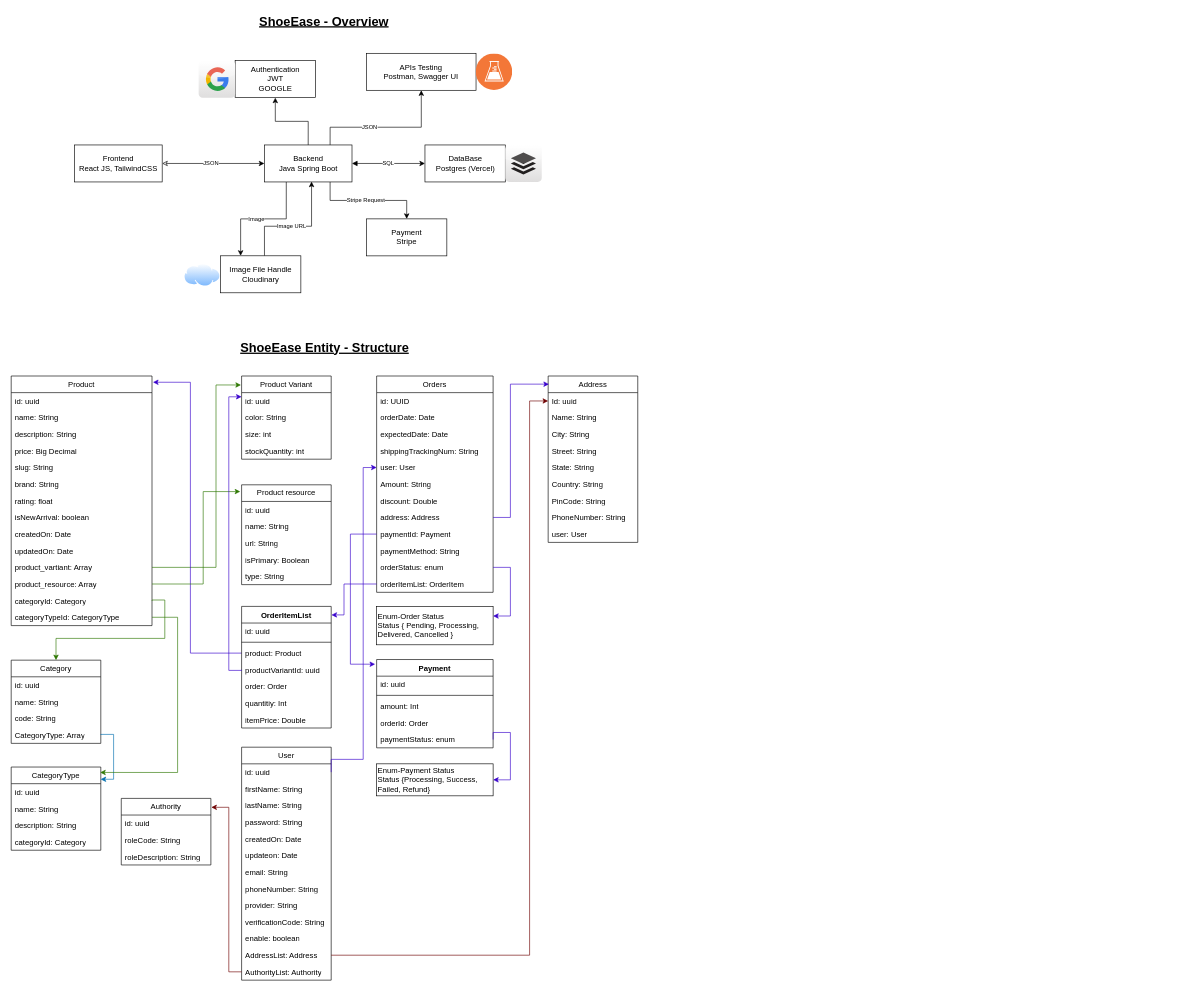
Above: ShopEase.drawio in Nikhil-keshri2213/DSA_Practice_Skills (draw.io), before the change. Source tidied: cells renumbered, new cells numbered last; positions are measured from the earlier drawing's top-left corner, leaving out a move shared by most shapes. Both pictures are drawn from the tidied source at 64%, with x=0, y=0 at pixel (11, 11).
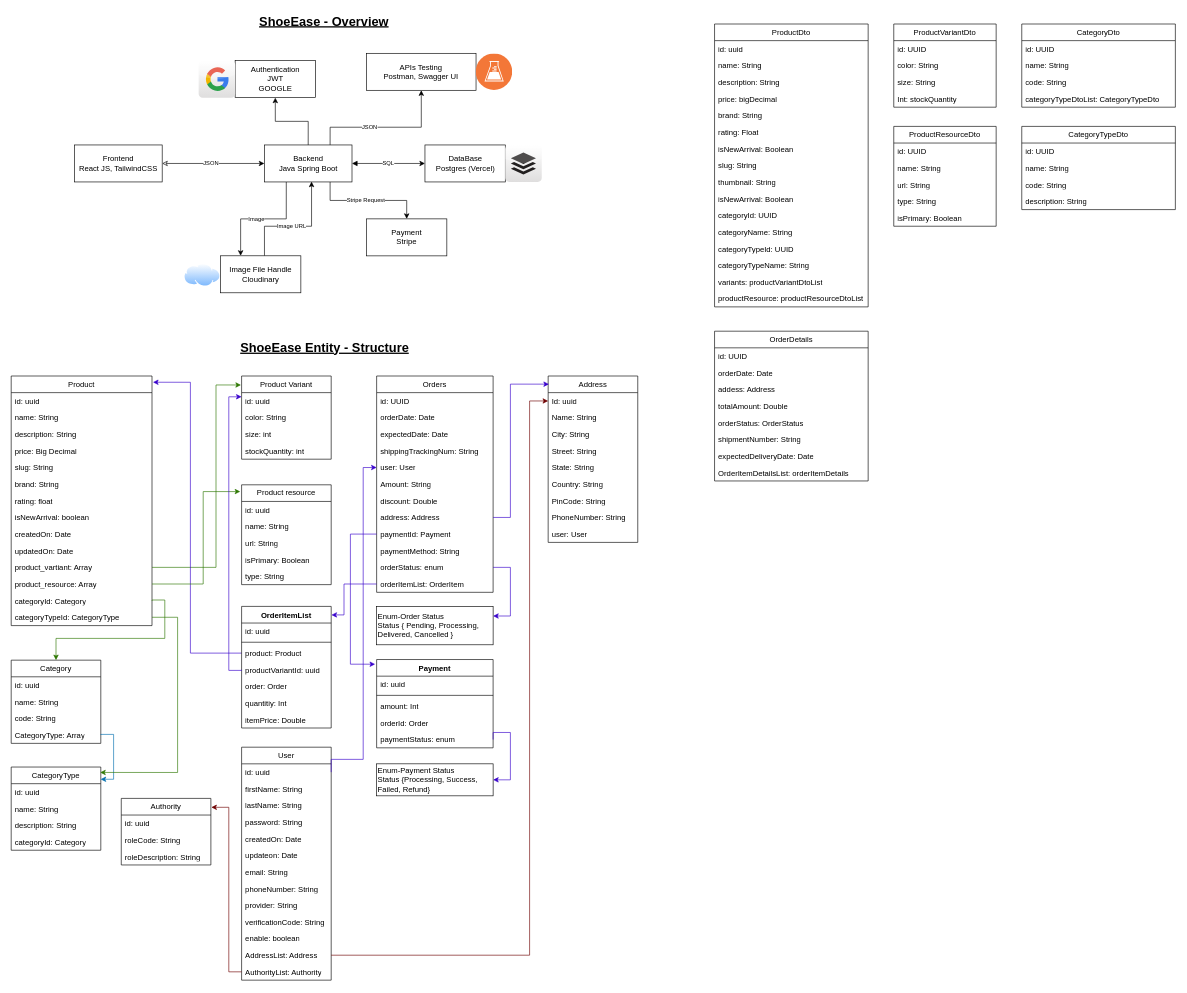
The same diagram, later.

What changed in the source:
```diff
@@
+    <mxCell id="138" value="ProductDto" style="swimlane;fontStyle=0;horizontal=1;startSize=26;fillColor=none;whiteSpace=wrap;html=1;" parent="1" vertex="1">
+      <mxGeometry x="1099" y="20" width="240" height="442" as="geometry" />
+    </mxCell>
+    <mxCell id="139" value="id: uuid" style="text;strokeColor=none;fillColor=none;align=left;verticalAlign=top;spacingLeft=4;spacingRight=4;overflow=hidden;whiteSpace=wrap;html=1;" parent="138" vertex="1">
+      <mxGeometry y="26" width="240" height="26" as="geometry" />
+    </mxCell>
+    <mxCell id="140" value="name: String" style="text;strokeColor=none;fillColor=none;align=left;verticalAlign=top;spacingLeft=4;spacingRight=4;overflow=hidden;whiteSpace=wrap;html=1;" parent="138" vertex="1">
+      <mxGeometry y="52" width="240" height="26" as="geometry" />
+    </mxCell>
+    <mxCell id="141" value="description: String" style="text;strokeColor=none;fillColor=none;align=left;verticalAlign=top;spacingLeft=4;spacingRight=4;overflow=hidden;whiteSpace=wrap;html=1;" parent="138" vertex="1">
+      <mxGeometry y="78" width="240" height="26" as="geometry" />
+    </mxCell>
+    <mxCell id="142" value="price: bigDecimal" style="text;strokeColor=none;fillColor=none;align=left;verticalAlign=top;spacingLeft=4;spacingRight=4;overflow=hidden;whiteSpace=wrap;html=1;" parent="138" vertex="1">
+      <mxGeometry y="104" width="240" height="26" as="geometry" />
+    </mxCell>
+    <mxCell id="143" value="brand: String" style="text;strokeColor=none;fillColor=none;align=left;verticalAlign=top;spacingLeft=4;spacingRight=4;overflow=hidden;whiteSpace=wrap;html=1;" parent="138" vertex="1">
+      <mxGeometry y="130" width="240" height="26" as="geometry" />
+    </mxCell>
+    <mxCell id="144" value="rating: Float" style="text;strokeColor=none;fillColor=none;align=left;verticalAlign=top;spacingLeft=4;spacingRight=4;overflow=hidden;whiteSpace=wrap;html=1;" parent="138" vertex="1">
+      <mxGeometry y="156" width="240" height="26" as="geometry" />
+    </mxCell>
+    <mxCell id="145" value="isNewArrival: Boolean" style="text;strokeColor=none;fillColor=none;align=left;verticalAlign=top;spacingLeft=4;spacingRight=4;overflow=hidden;whiteSpace=wrap;html=1;" parent="138" vertex="1">
+      <mxGeometry y="182" width="240" height="26" as="geometry" />
+    </mxCell>
+    <mxCell id="146" value="slug: String" style="text;strokeColor=none;fillColor=none;align=left;verticalAlign=top;spacingLeft=4;spacingRight=4;overflow=hidden;whiteSpace=wrap;html=1;" parent="138" vertex="1">
+      <mxGeometry y="208" width="240" height="26" as="geometry" />
+    </mxCell>
+    <mxCell id="147" value="thumbnail: String" style="text;strokeColor=none;fillColor=none;align=left;verticalAlign=top;spacingLeft=4;spacingRight=4;overflow=hidden;whiteSpace=wrap;html=1;" parent="138" vertex="1">
+      <mxGeometry y="234" width="240" height="26" as="geometry" />
+    </mxCell>
+    <mxCell id="148" value="isNewArrival: Boolean" style="text;strokeColor=none;fillColor=none;align=left;verticalAlign=top;spacingLeft=4;spacingRight=4;overflow=hidden;whiteSpace=wrap;html=1;" parent="138" vertex="1">
+      <mxGeometry y="260" width="240" height="26" as="geometry" />
+    </mxCell>
+    <mxCell id="149" value="categoryId: UUID" style="text;strokeColor=none;fillColor=none;align=left;verticalAlign=top;spacingLeft=4;spacingRight=4;overflow=hidden;whiteSpace=wrap;html=1;" parent="138" vertex="1">
+      <mxGeometry y="286" width="240" height="26" as="geometry" />
+    </mxCell>
+    <mxCell id="150" value="categoryName: String" style="text;strokeColor=none;fillColor=none;align=left;verticalAlign=top;spacingLeft=4;spacingRight=4;overflow=hidden;whiteSpace=wrap;html=1;" parent="138" vertex="1">
+      <mxGeometry y="312" width="240" height="26" as="geometry" />
+    </mxCell>
+    <mxCell id="151" value="categoryTypeId: UUID" style="text;strokeColor=none;fillColor=none;align=left;verticalAlign=top;spacingLeft=4;spacingRight=4;overflow=hidden;whiteSpace=wrap;html=1;" parent="138" vertex="1">
+      <mxGeometry y="338" width="240" height="26" as="geometry" />
+    </mxCell>
+    <mxCell id="152" value="categoryTypeName: String" style="text;strokeColor=none;fillColor=none;align=left;verticalAlign=top;spacingLeft=4;spacingRight=4;overflow=hidden;whiteSpace=wrap;html=1;" parent="138" vertex="1">
+      <mxGeometry y="364" width="240" height="26" as="geometry" />
+    </mxCell>
+    <mxCell id="153" value="variants: productVariantDtoList" style="text;strokeColor=none;fillColor=none;align=left;verticalAlign=top;spacingLeft=4;spacingRight=4;overflow=hidden;whiteSpace=wrap;html=1;" parent="138" vertex="1">
+      <mxGeometry y="390" width="240" height="26" as="geometry" />
+    </mxCell>
+    <mxCell id="154" value="productResource: productResourceDtoList" style="text;strokeColor=none;fillColor=none;align=left;verticalAlign=top;spacingLeft=4;spacingRight=4;overflow=hidden;whiteSpace=wrap;html=1;" parent="138" vertex="1">
+      <mxGeometry y="416" width="240" height="26" as="geometry" />
+    </mxCell>
+    <mxCell id="155" value="ProductVariantDto" style="swimlane;fontStyle=0;horizontal=1;startSize=26;fillColor=none;whiteSpace=wrap;html=1;" parent="1" vertex="1">
+      <mxGeometry x="1379" y="20" width="160" height="130" as="geometry" />
+    </mxCell>
+    <mxCell id="156" value="id: UUID" style="text;strokeColor=none;fillColor=none;align=left;verticalAlign=top;spacingLeft=4;spacingRight=4;overflow=hidden;whiteSpace=wrap;html=1;" parent="155" vertex="1">
+      <mxGeometry y="26" width="160" height="26" as="geometry" />
+    </mxCell>
+    <mxCell id="157" value="color: String" style="text;strokeColor=none;fillColor=none;align=left;verticalAlign=top;spacingLeft=4;spacingRight=4;overflow=hidden;whiteSpace=wrap;html=1;" parent="155" vertex="1">
+      <mxGeometry y="52" width="160" height="26" as="geometry" />
+    </mxCell>
+    <mxCell id="158" value="size: String" style="text;strokeColor=none;fillColor=none;align=left;verticalAlign=top;spacingLeft=4;spacingRight=4;overflow=hidden;whiteSpace=wrap;html=1;" parent="155" vertex="1">
+      <mxGeometry y="78" width="160" height="26" as="geometry" />
+    </mxCell>
+    <mxCell id="159" value="Int: stockQuantity" style="text;strokeColor=none;fillColor=none;align=left;verticalAlign=top;spacingLeft=4;spacingRight=4;overflow=hidden;whiteSpace=wrap;html=1;" parent="155" vertex="1">
+      <mxGeometry y="104" width="160" height="26" as="geometry" />
+    </mxCell>
+    <mxCell id="160" value="ProductResourceDto" style="swimlane;fontStyle=0;horizontal=1;startSize=26;fillColor=none;whiteSpace=wrap;html=1;" parent="1" vertex="1">
+      <mxGeometry x="1379" y="180" width="160" height="156" as="geometry" />
+    </mxCell>
+    <mxCell id="161" value="id: UUID" style="text;strokeColor=none;fillColor=none;align=left;verticalAlign=top;spacingLeft=4;spacingRight=4;overflow=hidden;whiteSpace=wrap;html=1;" parent="160" vertex="1">
+      <mxGeometry y="26" width="160" height="26" as="geometry" />
+    </mxCell>
+    <mxCell id="162" value="name: String" style="text;strokeColor=none;fillColor=none;align=left;verticalAlign=top;spacingLeft=4;spacingRight=4;overflow=hidden;whiteSpace=wrap;html=1;" parent="160" vertex="1">
+      <mxGeometry y="52" width="160" height="26" as="geometry" />
+    </mxCell>
+    <mxCell id="163" value="url: String" style="text;strokeColor=none;fillColor=none;align=left;verticalAlign=top;spacingLeft=4;spacingRight=4;overflow=hidden;whiteSpace=wrap;html=1;" parent="160" vertex="1">
+      <mxGeometry y="78" width="160" height="26" as="geometry" />
+    </mxCell>
+    <mxCell id="164" value="type: String" style="text;strokeColor=none;fillColor=none;align=left;verticalAlign=top;spacingLeft=4;spacingRight=4;overflow=hidden;whiteSpace=wrap;html=1;" parent="160" vertex="1">
+      <mxGeometry y="104" width="160" height="26" as="geometry" />
+    </mxCell>
+    <mxCell id="165" value="isPrimary: Boolean" style="text;strokeColor=none;fillColor=none;align=left;verticalAlign=top;spacingLeft=4;spacingRight=4;overflow=hidden;whiteSpace=wrap;html=1;" parent="160" vertex="1">
+      <mxGeometry y="130" width="160" height="26" as="geometry" />
+    </mxCell>
+    <mxCell id="166" value="CategoryDto" style="swimlane;fontStyle=0;horizontal=1;startSize=26;fillColor=none;whiteSpace=wrap;html=1;" parent="1" vertex="1">
+      <mxGeometry x="1579" y="20" width="240" height="130" as="geometry" />
+    </mxCell>
+    <mxCell id="167" value="id: UUID" style="text;strokeColor=none;fillColor=none;align=left;verticalAlign=top;spacingLeft=4;spacingRight=4;overflow=hidden;whiteSpace=wrap;html=1;" parent="166" vertex="1">
+      <mxGeometry y="26" width="240" height="26" as="geometry" />
+    </mxCell>
+    <mxCell id="168" value="name: String" style="text;strokeColor=none;fillColor=none;align=left;verticalAlign=top;spacingLeft=4;spacingRight=4;overflow=hidden;whiteSpace=wrap;html=1;" parent="166" vertex="1">
+      <mxGeometry y="52" width="240" height="26" as="geometry" />
+    </mxCell>
+    <mxCell id="169" value="code: String" style="text;strokeColor=none;fillColor=none;align=left;verticalAlign=top;spacingLeft=4;spacingRight=4;overflow=hidden;whiteSpace=wrap;html=1;" parent="166" vertex="1">
+      <mxGeometry y="78" width="240" height="26" as="geometry" />
+    </mxCell>
+    <mxCell id="170" value="categoryTypeDtoList: CategoryTypeDto" style="text;strokeColor=none;fillColor=none;align=left;verticalAlign=top;spacingLeft=4;spacingRight=4;overflow=hidden;whiteSpace=wrap;html=1;" parent="166" vertex="1">
+      <mxGeometry y="104" width="240" height="26" as="geometry" />
+    </mxCell>
+    <mxCell id="171" value="CategoryTypeDto" style="swimlane;fontStyle=0;horizontal=1;startSize=26;fillColor=none;whiteSpace=wrap;html=1;" parent="1" vertex="1">
+      <mxGeometry x="1579" y="180" width="240" height="130" as="geometry" />
+    </mxCell>
+    <mxCell id="172" value="id: UUID" style="text;strokeColor=none;fillColor=none;align=left;verticalAlign=top;spacingLeft=4;spacingRight=4;overflow=hidden;whiteSpace=wrap;html=1;" parent="171" vertex="1">
+      <mxGeometry y="26" width="240" height="26" as="geometry" />
+    </mxCell>
+    <mxCell id="173" value="name: String" style="text;strokeColor=none;fillColor=none;align=left;verticalAlign=top;spacingLeft=4;spacingRight=4;overflow=hidden;whiteSpace=wrap;html=1;" parent="171" vertex="1">
+      <mxGeometry y="52" width="240" height="26" as="geometry" />
+    </mxCell>
+    <mxCell id="174" value="code: String" style="text;strokeColor=none;fillColor=none;align=left;verticalAlign=top;spacingLeft=4;spacingRight=4;overflow=hidden;whiteSpace=wrap;html=1;" parent="171" vertex="1">
+      <mxGeometry y="78" width="240" height="26" as="geometry" />
+    </mxCell>
+    <mxCell id="175" value="description: String" style="text;strokeColor=none;fillColor=none;align=left;verticalAlign=top;spacingLeft=4;spacingRight=4;overflow=hidden;whiteSpace=wrap;html=1;" parent="171" vertex="1">
+      <mxGeometry y="104" width="240" height="26" as="geometry" />
+    </mxCell>
+    <mxCell id="176" value="OrderDetails" style="swimlane;fontStyle=0;horizontal=1;startSize=26;fillColor=none;whiteSpace=wrap;html=1;" parent="1" vertex="1">
+      <mxGeometry x="1099" y="500" width="240" height="234" as="geometry" />
+    </mxCell>
+    <mxCell id="177" value="id: UUID" style="text;strokeColor=none;fillColor=none;align=left;verticalAlign=top;spacingLeft=4;spacingRight=4;overflow=hidden;whiteSpace=wrap;html=1;" parent="176" vertex="1">
+      <mxGeometry y="26" width="240" height="26" as="geometry" />
+    </mxCell>
+    <mxCell id="178" value="orderDate: Date" style="text;strokeColor=none;fillColor=none;align=left;verticalAlign=top;spacingLeft=4;spacingRight=4;overflow=hidden;whiteSpace=wrap;html=1;" parent="176" vertex="1">
+      <mxGeometry y="52" width="240" height="26" as="geometry" />
+    </mxCell>
+    <mxCell id="179" value="addess: Address" style="text;strokeColor=none;fillColor=none;align=left;verticalAlign=top;spacingLeft=4;spacingRight=4;overflow=hidden;whiteSpace=wrap;html=1;" parent="176" vertex="1">
+      <mxGeometry y="78" width="240" height="26" as="geometry" />
+    </mxCell>
+    <mxCell id="180" value="totalAmount: Double" style="text;strokeColor=none;fillColor=none;align=left;verticalAlign=top;spacingLeft=4;spacingRight=4;overflow=hidden;whiteSpace=wrap;html=1;" parent="176" vertex="1">
+      <mxGeometry y="104" width="240" height="26" as="geometry" />
+    </mxCell>
+    <mxCell id="181" value="orderStatus: OrderStatus" style="text;strokeColor=none;fillColor=none;align=left;verticalAlign=top;spacingLeft=4;spacingRight=4;overflow=hidden;whiteSpace=wrap;html=1;" parent="176" vertex="1">
+      <mxGeometry y="130" width="240" height="26" as="geometry" />
+    </mxCell>
+    <mxCell id="182" value="shipmentNumber: String" style="text;strokeColor=none;fillColor=none;align=left;verticalAlign=top;spacingLeft=4;spacingRight=4;overflow=hidden;whiteSpace=wrap;html=1;" parent="176" vertex="1">
+      <mxGeometry y="156" width="240" height="26" as="geometry" />
+    </mxCell>
+    <mxCell id="183" value="expectedDeliveryDate: Date" style="text;strokeColor=none;fillColor=none;align=left;verticalAlign=top;spacingLeft=4;spacingRight=4;overflow=hidden;whiteSpace=wrap;html=1;" parent="176" vertex="1">
+      <mxGeometry y="182" width="240" height="26" as="geometry" />
+    </mxCell>
+    <mxCell id="184" value="OrderItemDetailsList: orderItemDetails" style="text;strokeColor=none;fillColor=none;align=left;verticalAlign=top;spacingLeft=4;spacingRight=4;overflow=hidden;whiteSpace=wrap;html=1;" parent="176" vertex="1">
+      <mxGeometry y="208" width="240" height="26" as="geometry" />
+    </mxCell>
```
